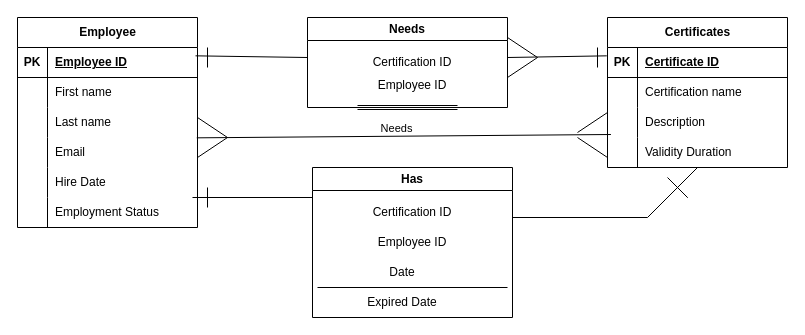
Above: Project Peak ER Diagram.drawio in pkhanna-msky/Project-Peak (draw.io), before the change. Source tidied: cells renumbered, new cells numbered last; positions are measured from the earlier drawing's top-left corner, leaving out a move shared by most shapes. Both pictures are drawn from the tidied source at 100%, with x=0, y=0 at pixel (17, 17).
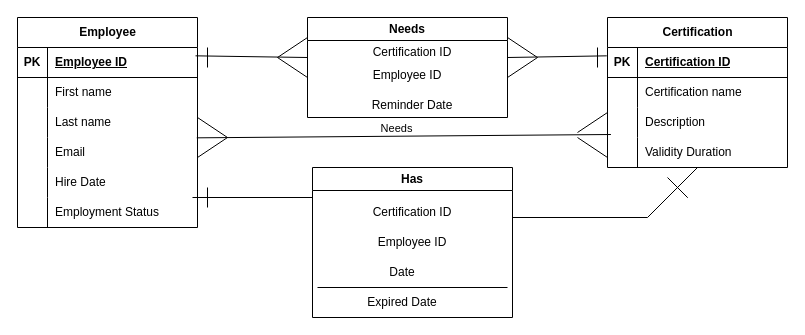
Above is the later version.

Unchanged cells that the change refers to:
```xml
<mxCell id="22" style="shape=tableRow;horizontal=0;startSize=0;swimlaneHead=0;swimlaneBody=0;fillColor=none;points=[[0,0.5],[1,0.5]];portConstraint=eastwest;top=0;left=0;right=0;bottom=1;" parent="21" vertex="1">
  <mxGeometry y="30" width="180" height="30" as="geometry" />
</mxCell>
```

Diff of the diagram source:
```diff
@@
-    <mxCell id="21" value="Certificates" style="shape=table;startSize=30;childLayout=tableLayout;rowLines=0;fontStyle=1;align=center;html=1;" parent="1" vertex="1">
+    <mxCell id="21" value="Certification" style="shape=table;startSize=30;childLayout=tableLayout;rowLines=0;fontStyle=1;align=center;html=1;" parent="1" vertex="1">
       <mxGeometry x="590" width="180" height="150" as="geometry" />
     </mxCell>
@@
-    <mxCell id="24" value="Certificate ID" style="shape=partialRectangle;fillColor=none;top=0;left=0;bottom=0;right=0;align=left;spacingLeft=6;fontStyle=5;overflow=hidden;whiteSpace=wrap;html=1;" parent="22" vertex="1">
+    <mxCell id="24" value="Certification ID" style="shape=partialRectangle;fillColor=none;top=0;left=0;bottom=0;right=0;align=left;spacingLeft=6;fontStyle=5;overflow=hidden;whiteSpace=wrap;html=1;" parent="22" vertex="1">
       <mxGeometry x="30" width="150" height="30" as="geometry" />
     </mxCell>
@@
     <mxCell id="36" value="Needs" style="swimlane;whiteSpace=wrap;html=1;" parent="1" vertex="1">
-      <mxGeometry x="290" width="200" height="90" as="geometry" />
+      <mxGeometry x="290" width="200" height="100" as="geometry" />
     </mxCell>
     <mxCell id="37" value="Employee ID&lt;div&gt;&lt;br&gt;&lt;/div&gt;" style="text;html=1;whiteSpace=wrap;strokeColor=none;fillColor=none;align=center;verticalAlign=middle;rounded=0;" parent="36" vertex="1">
-      <mxGeometry x="60" y="60" width="90" height="30" as="geometry" />
+      <mxGeometry x="55" y="50" width="90" height="30" as="geometry" />
     </mxCell>
+    <mxCell id="61" value="&lt;div&gt;Reminder Date&lt;/div&gt;&lt;div&gt;&lt;br&gt;&lt;/div&gt;" style="text;html=1;whiteSpace=wrap;strokeColor=none;fillColor=none;align=center;verticalAlign=middle;rounded=0;" parent="36" vertex="1">
+      <mxGeometry x="60" y="80" width="90" height="30" as="geometry" />
+    </mxCell>
-    <mxCell id="38" value="Certification ID" style="text;html=1;whiteSpace=wrap;strokeColor=none;fillColor=none;align=center;verticalAlign=middle;rounded=0;" parent="1" vertex="1">
-      <mxGeometry x="350" y="30" width="90" height="30" as="geometry" />
+    <mxCell id="38" value="Certification ID" style="text;html=1;whiteSpace=wrap;strokeColor=none;fillColor=none;align=center;verticalAlign=middle;rounded=0;" parent="36" vertex="1">
+      <mxGeometry x="60" y="20" width="90" height="30" as="geometry" />
     </mxCell>
@@
-    <mxCell id="46" style="shape=link;html=1;rounded=0;" parent="1" edge="1">
-      <mxGeometry relative="1" as="geometry">
-        <mxPoint x="340" y="90" as="sourcePoint" />
-        <mxPoint x="440" y="90" as="targetPoint" />
-      </mxGeometry>
-    </mxCell>
@@
+    <mxCell id="62" style="endArrow=none;html=1;rounded=0;" parent="1" edge="1">
+      <mxGeometry relative="1" as="geometry">
+        <mxPoint x="290" y="20" as="sourcePoint" />
+        <mxPoint x="260" y="40" as="targetPoint" />
+      </mxGeometry>
+    </mxCell>
+    <mxCell id="63" style="endArrow=none;html=1;rounded=0;exitX=1;exitY=0;exitDx=0;exitDy=0;" parent="1" edge="1">
+      <mxGeometry relative="1" as="geometry">
+        <mxPoint x="290" y="60" as="sourcePoint" />
+        <mxPoint x="260" y="40" as="targetPoint" />
+      </mxGeometry>
+    </mxCell>
```
